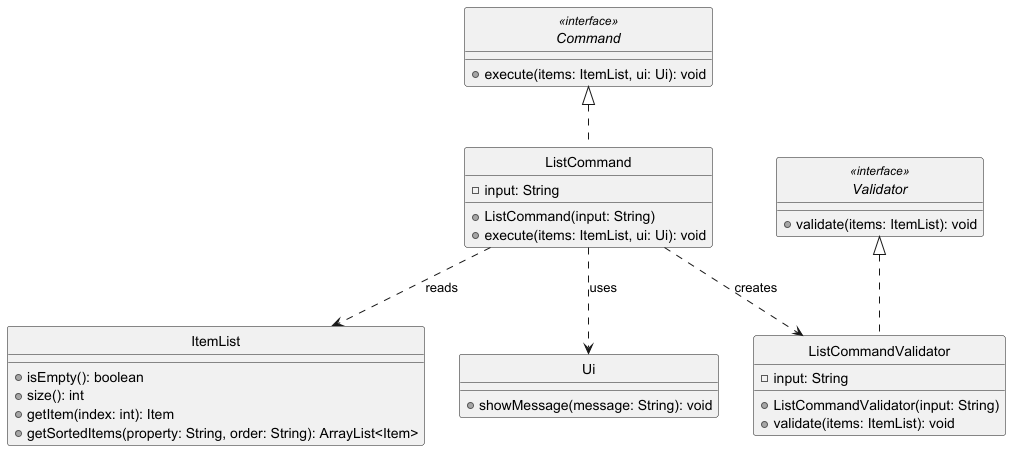
This is docs/diagrams/ListCommandClassDiagram.png from adbsw/tp, a PlantUML export, as it was before one commit.
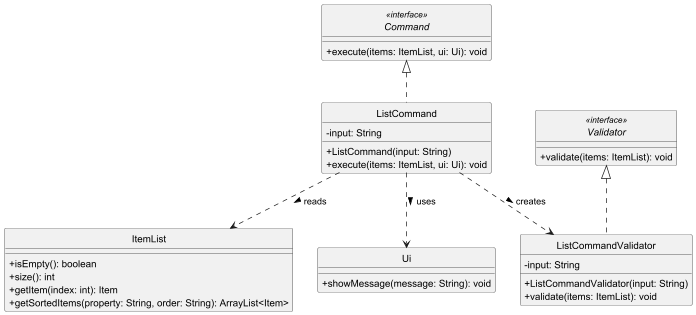
After the change.

Diff of the diagram source:
```diff
@@ -1,6 +1,7 @@
 @startuml
 skinparam monochrome true
 skinparam shadowing false
+skinparam classAttributeIconSize 0
 hide circle
 
 interface Command <<interface>> {
@@ -37,8 +38,8 @@
 Command <|.. ListCommand
 Validator <|.. ListCommandValidator
 
-ListCommand ..> ListCommandValidator : creates
-ListCommand ..> ItemList : reads
-ListCommand ..> Ui : uses
+ListCommand ..> ListCommandValidator : creates >
+ListCommand ..> ItemList : reads >
+ListCommand ..> Ui : uses >
 
 @enduml
```
